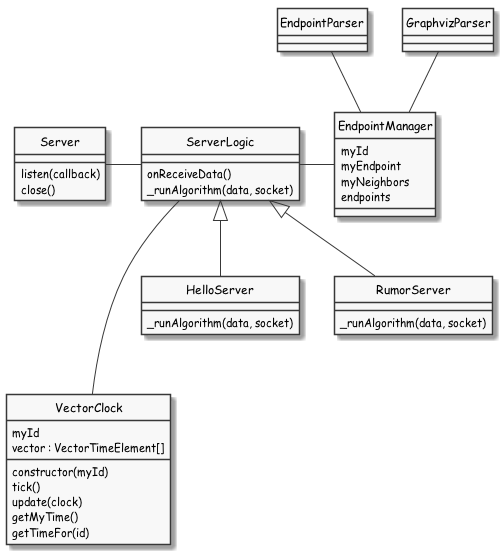
felixble/htw-ava-ws16-rumor keeps this PlantUML diagram as docs/figures/components.png. Above is the earlier version.
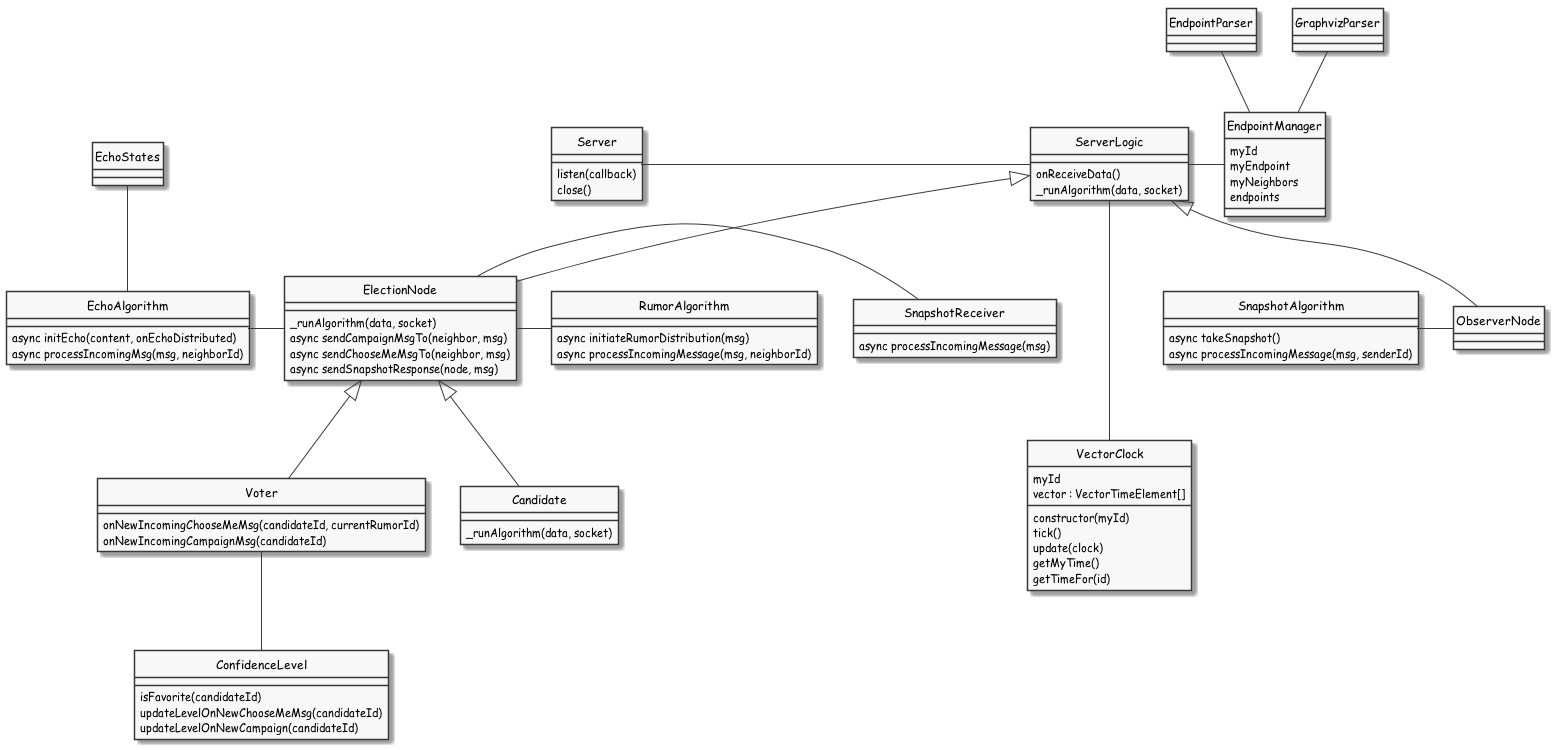
After the change.

The edit, as a diff of the source:
```diff
@@ -10,12 +10,48 @@
 
 ServerLogic --- VectorClock
 
-ServerLogic <|-- HelloServer
-ServerLogic <|-- RumorServer
+ServerLogic <|-- ElectionNode
+ServerLogic <|-- ObserverNode
+
+ElectionNode <|-- Voter
+ElectionNode <|-- Candidate
+
+ElectionNode --right---- SnapshotReceiver
+ObserverNode --left---- SnapshotAlgorithm
+ElectionNode --right---- RumorAlgorithm
+ElectionNode --left---- EchoAlgorithm
+
+EchoStates -- EchoAlgorithm
 
 EndpointParser -- EndpointManager
 GraphvizParser -- EndpointManager
 
+Voter -- ConfidenceLevel
+
+class RumorAlgorithm {
+    async initiateRumorDistribution(msg)
+    async processIncomingMessage(msg, neighborId)
+}
+
+class EchoAlgorithm {
+    async initEcho(content, onEchoDistributed)
+    async processIncomingMsg(msg, neighborId)
+}
+
+class SnapshotAlgorithm {
+    async takeSnapshot()
+    async processIncomingMessage(msg, senderId)
+}
+
+class SnapshotReceiver {
+    async processIncomingMessage(msg)
+}
+
+class ConfidenceLevel {
+    isFavorite(candidateId)
+    updateLevelOnNewChooseMeMsg(candidateId)
+    updateLevelOnNewCampaign(candidateId)
+}
 
 class EndpointManager {
     myId
@@ -29,12 +65,20 @@
     _runAlgorithm(data, socket)
 }
 
-class RumorServer {
+class ElectionNode {
+    _runAlgorithm(data, socket)
+    async sendCampaignMsgTo(neighbor, msg)
+    async sendChooseMeMsgTo(neighbor, msg)
+    async sendSnapshotResponse(node, msg)
+}
+
+class Candidate {
     _runAlgorithm(data, socket)
 }
 
-class HelloServer {
-    _runAlgorithm(data, socket)
+class Voter {
+    onNewIncomingChooseMeMsg(candidateId, currentRumorId)
+    onNewIncomingCampaignMsg(candidateId)
 }
 
 class Server {
```
